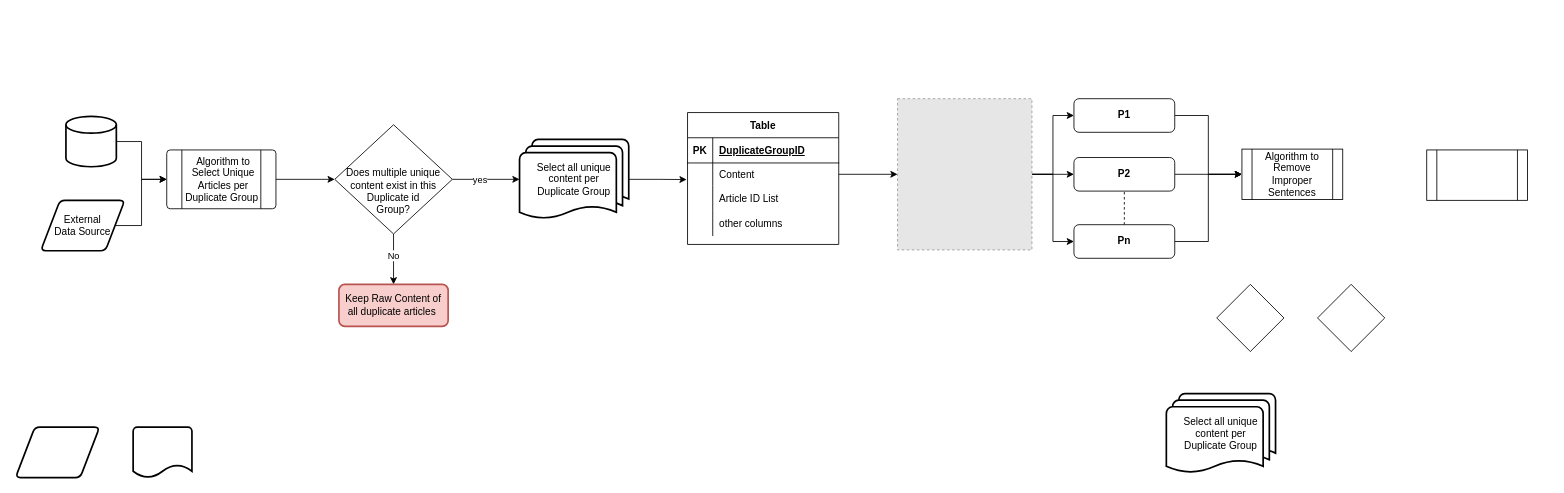
Earlier version of the draw.io diagram Article_Cleaning.drawio (travel-code-sleep/darw_io_diagrams). Source tidied: cells renumbered, new cells numbered last; positions are measured from the earlier drawing's top-left corner, leaving out a move shared by most shapes. Both pictures are drawn from the tidied source at 84%, with x=0, y=0 at pixel (15, 98). Pictures stored in the file or linked from it are replaced by grey dashed boxes.
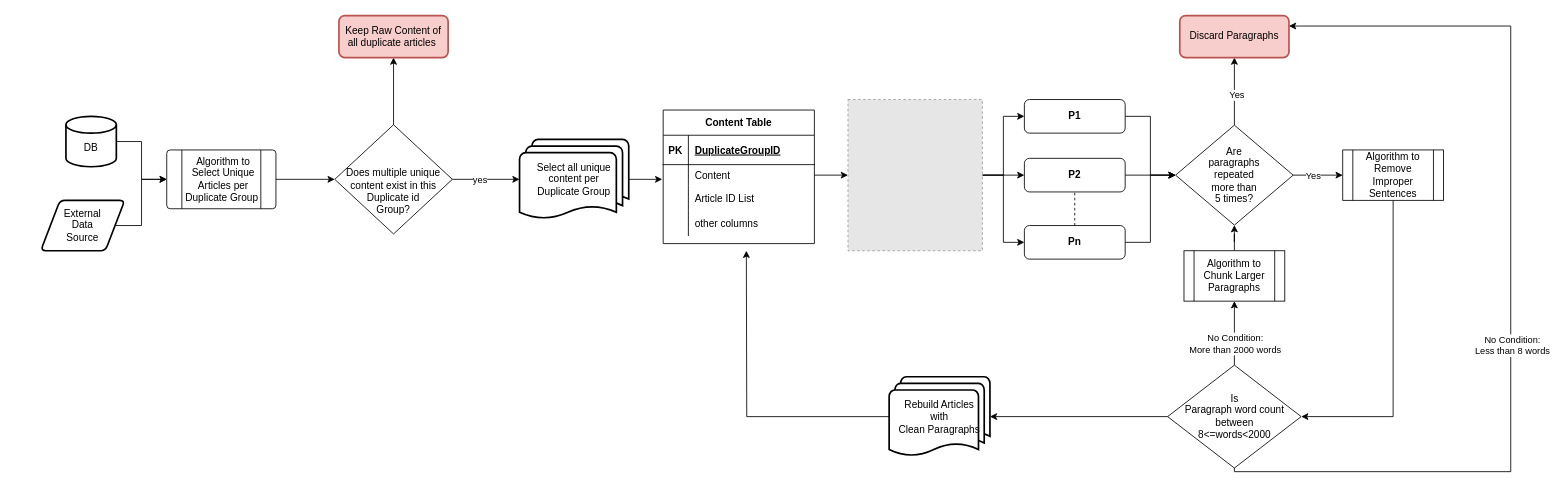
Above is the later version.

Unchanged cells that the change refers to:
```xml
<mxCell id="36" value="&lt;br&gt;&lt;br&gt;Does multiple unique content exist in this Duplicate id &lt;br&gt;Group?" style="rhombus;whiteSpace=wrap;html=1;" parent="1" vertex="1">
  <mxGeometry x="380" y="31" width="140" height="130" as="geometry" />
</mxCell>
```

Change to the diagram source:
```diff
@@
-    <mxCell id="3" style="strokeWidth=2;html=1;shape=mxgraph.flowchart.database;whiteSpace=wrap;" parent="1" vertex="1">
+    <mxCell id="3" value="&lt;br&gt;DB" style="strokeWidth=2;html=1;shape=mxgraph.flowchart.database;whiteSpace=wrap;" parent="1" vertex="1">
       <mxGeometry x="60" y="21" width="60" height="60" as="geometry" />
     </mxCell>
-    <mxCell id="4" value="Table" style="shape=table;startSize=30;childLayout=tableLayout;rowLines=0;fontStyle=1;align=center;" parent="1" vertex="1">
-      <mxGeometry x="800" y="16.5" width="180" height="157" as="geometry" />
+    <mxCell id="4" value="Content Table" style="shape=table;startSize=30;childLayout=tableLayout;rowLines=0;fontStyle=1;align=center;" parent="1" vertex="1">
+      <mxGeometry x="771" y="13.5" width="180" height="159" as="geometry" />
     </mxCell>
     <mxCell id="5" style="shape=tableRow;horizontal=0;startSize=0;swimlaneHead=0;swimlaneBody=0;fillColor=none;points=[[0,0.5],[1,0.5]];portConstraint=eastwest;top=0;left=0;right=0;bottom=1;" parent="4" vertex="1">
-      <mxGeometry y="30" width="180" height="30" as="geometry" />
+      <mxGeometry y="30" width="180" height="35" as="geometry" />
     </mxCell>
     <mxCell id="6" value="PK" style="shape=partialRectangle;fillColor=none;top=0;left=0;bottom=0;right=0;fontStyle=1;overflow=hidden;" parent="5" vertex="1">
-      <mxGeometry width="30" height="30" as="geometry" />
+      <mxGeometry width="30" height="35" as="geometry" />
     </mxCell>
     <mxCell id="7" value="DuplicateGroupID" style="shape=partialRectangle;fillColor=none;top=0;left=0;bottom=0;right=0;align=left;spacingLeft=6;fontStyle=5;overflow=hidden;" parent="5" vertex="1">
-      <mxGeometry x="30" width="150" height="30" as="geometry" />
+      <mxGeometry x="30" width="150" height="35" as="geometry" />
     </mxCell>
     <mxCell id="8" style="shape=tableRow;horizontal=0;startSize=0;swimlaneHead=0;swimlaneBody=0;fillColor=none;points=[[0,0.5],[1,0.5]];portConstraint=eastwest;top=0;left=0;right=0;bottom=0;" parent="4" vertex="1">
-      <mxGeometry y="60" width="180" height="27" as="geometry" />
+      <mxGeometry y="65" width="180" height="25" as="geometry" />
     </mxCell>
     <mxCell id="9" style="shape=partialRectangle;fillColor=none;top=0;left=0;bottom=0;right=0;overflow=hidden;" parent="8" vertex="1">
-      <mxGeometry width="30" height="27" as="geometry" />
+      <mxGeometry width="30" height="25" as="geometry" />
     </mxCell>
     <mxCell id="10" value="Content " style="shape=partialRectangle;fillColor=none;top=0;left=0;bottom=0;right=0;align=left;spacingLeft=6;overflow=hidden;" parent="8" vertex="1">
-      <mxGeometry x="30" width="150" height="27" as="geometry" />
+      <mxGeometry x="30" width="150" height="25" as="geometry" />
     </mxCell>
     <mxCell id="11" style="shape=tableRow;horizontal=0;startSize=0;swimlaneHead=0;swimlaneBody=0;fillColor=none;top=0;left=0;right=0;bottom=0;" parent="4" vertex="1">
-      <mxGeometry y="87" width="180" height="30" as="geometry" />
+      <mxGeometry y="90" width="180" height="30" as="geometry" />
     </mxCell>
@@
     <mxCell id="14" style="shape=tableRow;horizontal=0;startSize=0;swimlaneHead=0;swimlaneBody=0;fillColor=none;top=0;left=0;right=0;bottom=0;" parent="4" vertex="1">
-      <mxGeometry y="117" width="180" height="30" as="geometry" />
+      <mxGeometry y="120" width="180" height="30" as="geometry" />
     </mxCell>
@@
     <mxCell id="21" style="fillColor=#E6E6E6;strokeColor=#999999;dashed=1;verticalLabelPosition=bottom;labelBackgroundColor=#ffffff;verticalAlign=top;fontStyle=1;" parent="1" vertex="1">
-      <mxGeometry x="1050" width="160" height="180" as="geometry" />
+      <mxGeometry x="991" y="1" width="160" height="180" as="geometry" />
     </mxCell>
-    <mxCell id="22" style="edgeStyle=orthogonalEdgeStyle;rounded=0;jettySize=auto;html=1;exitX=1;exitY=0.5;exitDx=0;exitDy=0;entryX=0;entryY=0.5;entryDx=0;entryDy=0;" parent="1" edge="1" source="23" target="47">
-      <mxGeometry relative="1" as="geometry" />
-    </mxCell>
+    <mxCell id="50" style="edgeStyle=orthogonalEdgeStyle;rounded=0;jettySize=auto;html=1;exitX=1;exitY=0.5;exitDx=0;exitDy=0;entryX=0;entryY=0.5;entryDx=0;entryDy=0;" parent="1" edge="1" source="23" target="44">
+      <mxGeometry relative="1" as="geometry" />
+    </mxCell>
     <mxCell id="23" value="P1" style="rounded=1;whiteSpace=wrap;html=1;fontStyle=1;" parent="1" vertex="1">
-      <mxGeometry x="1260" width="120" height="40" as="geometry" />
+      <mxGeometry x="1201" y="1" width="120" height="40" as="geometry" />
     </mxCell>
-    <mxCell id="24" style="edgeStyle=orthogonalEdgeStyle;rounded=0;jettySize=auto;html=1;exitX=1;exitY=0.5;exitDx=0;exitDy=0;entryX=0;entryY=0.5;entryDx=0;entryDy=0;" parent="1" edge="1" source="25" target="47">
+    <mxCell id="24" style="edgeStyle=orthogonalEdgeStyle;rounded=0;jettySize=auto;html=1;exitX=1;exitY=0.5;exitDx=0;exitDy=0;entryX=0;entryY=0.5;entryDx=0;entryDy=0;" parent="1" edge="1" source="25" target="44">
       <mxGeometry relative="1" as="geometry" />
     </mxCell>
     <mxCell id="25" value="P2" style="rounded=1;whiteSpace=wrap;html=1;fontStyle=1;" parent="1" vertex="1">
-      <mxGeometry x="1260" y="70" width="120" height="40" as="geometry" />
+      <mxGeometry x="1201" y="71" width="120" height="40" as="geometry" />
     </mxCell>
@@
-    <mxCell id="27" style="edgeStyle=orthogonalEdgeStyle;rounded=0;jettySize=auto;html=1;exitX=1;exitY=0.5;exitDx=0;exitDy=0;entryX=0;entryY=0.5;entryDx=0;entryDy=0;" parent="1" edge="1" source="28" target="47">
-      <mxGeometry relative="1" as="geometry" />
-    </mxCell>
+    <mxCell id="51" style="edgeStyle=orthogonalEdgeStyle;rounded=0;jettySize=auto;html=1;exitX=1;exitY=0.5;exitDx=0;exitDy=0;entryX=0;entryY=0.5;entryDx=0;entryDy=0;" parent="1" edge="1" source="28" target="44">
+      <mxGeometry relative="1" as="geometry" />
+    </mxCell>
     <mxCell id="28" value="Pn" style="rounded=1;whiteSpace=wrap;html=1;fontStyle=1;" parent="1" vertex="1">
-      <mxGeometry x="1260" y="150" width="120" height="40" as="geometry" />
+      <mxGeometry x="1201" y="151" width="120" height="40" as="geometry" />
     </mxCell>
@@
-    <mxCell id="34" style="edgeStyle=orthogonalEdgeStyle;rounded=0;jettySize=auto;html=1;exitX=0.5;exitY=1;exitDx=0;exitDy=0;endArrow=classic;endFill=1;entryX=0.5;entryY=0;entryDx=0;entryDy=0;" parent="1" edge="1" source="36" target="37">
+    <mxCell id="34" style="edgeStyle=orthogonalEdgeStyle;rounded=0;jettySize=auto;html=1;exitX=0.5;exitY=0;exitDx=0;exitDy=0;entryX=0.5;entryY=1;entryDx=0;entryDy=0;" parent="1" edge="1" source="36" target="37">
       <mxGeometry relative="1" as="geometry" />
     </mxCell>
-    <mxCell id="35" value="No" style="edgeLabel;html=1;align=center;verticalAlign=middle;" parent="34" vertex="1">
-      <mxGeometry x="-0.16" y="-1" relative="1" as="geometry" />
-    </mxCell>
@@
     <mxCell id="37" value="Keep Raw Content of all duplicate articles&amp;nbsp;" style="rounded=1;whiteSpace=wrap;html=1;absoluteArcSize=1;arcSize=14;strokeWidth=2;fillColor=#f8cecc;strokeColor=#b85450;" parent="1" vertex="1">
-      <mxGeometry x="385" y="221" width="130" height="50" as="geometry" />
+      <mxGeometry x="385" y="-99" width="130" height="50" as="geometry" />
     </mxCell>
-    <mxCell id="38" style="shape=parallelogram;html=1;strokeWidth=2;perimeter=parallelogramPerimeter;whiteSpace=wrap;rounded=1;arcSize=12;size=0.23;" parent="1" vertex="1">
-      <mxGeometry y="391" width="100" height="60" as="geometry" />
-    </mxCell>
-    <mxCell id="39" style="strokeWidth=2;html=1;shape=mxgraph.flowchart.document2;whiteSpace=wrap;size=0.25;" parent="1" vertex="1">
-      <mxGeometry x="140" y="391" width="70" height="60" as="geometry" />
-    </mxCell>
@@
-    <mxCell id="43" value="&lt;span style=&quot;&quot;&gt;External&lt;/span&gt;&lt;br style=&quot;&quot;&gt;&lt;span style=&quot;&quot;&gt;Data Source&lt;/span&gt;" style="shape=parallelogram;html=1;strokeWidth=2;perimeter=parallelogramPerimeter;whiteSpace=wrap;rounded=1;arcSize=12;size=0.23;" parent="1" vertex="1">
+    <mxCell id="43" value="&lt;span style=&quot;&quot;&gt;External&lt;/span&gt;&lt;br style=&quot;&quot;&gt;&lt;span style=&quot;&quot;&gt;Data &lt;br&gt;Source&lt;/span&gt;" style="shape=parallelogram;html=1;strokeWidth=2;perimeter=parallelogramPerimeter;whiteSpace=wrap;rounded=1;arcSize=12;size=0.23;" parent="1" vertex="1">
       <mxGeometry x="30" y="121" width="100" height="60" as="geometry" />
     </mxCell>
+    <mxCell id="52" style="edgeStyle=orthogonalEdgeStyle;rounded=0;jettySize=auto;html=1;exitX=0.5;exitY=0;exitDx=0;exitDy=0;entryX=0.5;entryY=1;entryDx=0;entryDy=0;" parent="1" edge="1" source="44" target="64">
+      <mxGeometry relative="1" as="geometry" />
+    </mxCell>
+    <mxCell id="53" value="Yes" style="edgeLabel;html=1;align=center;verticalAlign=middle;" parent="52" vertex="1">
+      <mxGeometry x="-0.07" y="-2" relative="1" as="geometry">
+        <mxPoint y="1" as="offset" />
+      </mxGeometry>
+    </mxCell>
+    <mxCell id="54" style="edgeStyle=orthogonalEdgeStyle;rounded=0;jettySize=auto;html=1;exitX=1;exitY=0.5;exitDx=0;exitDy=0;entryX=0;entryY=0.5;entryDx=0;entryDy=0;" parent="1" edge="1" source="44" target="47">
+      <mxGeometry relative="1" as="geometry" />
+    </mxCell>
+    <mxCell id="55" value="Yes" style="edgeLabel;html=1;align=center;verticalAlign=middle;" parent="54" vertex="1">
+      <mxGeometry x="-0.22" y="-2" relative="1" as="geometry">
+        <mxPoint y="-2" as="offset" />
+      </mxGeometry>
+    </mxCell>
-    <mxCell id="44" style="rhombus;whiteSpace=wrap;html=1;" parent="1" vertex="1">
-      <mxGeometry x="1430" y="221" width="80" height="80" as="geometry" />
+    <mxCell id="44" value="Are &lt;br&gt;paragraphs &lt;br&gt;repeated &lt;br&gt;more than &lt;br&gt;5 times?" style="rhombus;whiteSpace=wrap;html=1;" parent="1" vertex="1">
+      <mxGeometry x="1381" y="31.5" width="140" height="119" as="geometry" />
     </mxCell>
+    <mxCell id="56" style="edgeStyle=orthogonalEdgeStyle;rounded=0;jettySize=auto;html=1;exitX=0.5;exitY=1;exitDx=0;exitDy=0;entryX=1;entryY=0.25;entryDx=0;entryDy=0;" parent="1" edge="1" source="45" target="64">
+      <mxGeometry relative="1" as="geometry">
+        <Array as="points">
+          <mxPoint x="1451" y="444" />
+          <mxPoint x="1780" y="444" />
+          <mxPoint x="1780" y="-86" />
+        </Array>
+      </mxGeometry>
+    </mxCell>
+    <mxCell id="57" value="No Condition:&lt;br&gt;Less than 8 words" style="edgeLabel;html=1;align=center;verticalAlign=middle;" parent="56" vertex="1">
+      <mxGeometry x="-0.14" y="-1" relative="1" as="geometry">
+        <mxPoint y="1" as="offset" />
+      </mxGeometry>
+    </mxCell>
+    <mxCell id="58" style="edgeStyle=orthogonalEdgeStyle;rounded=0;jettySize=auto;html=1;exitX=0.5;exitY=0;exitDx=0;exitDy=0;entryX=0.5;entryY=1;entryDx=0;entryDy=0;" parent="1" edge="1" source="45" target="46">
+      <mxGeometry relative="1" as="geometry" />
+    </mxCell>
+    <mxCell id="59" value="No Condition:&lt;br&gt;More than 2000 words" style="edgeLabel;html=1;align=center;verticalAlign=middle;" parent="58" vertex="1">
+      <mxGeometry y="-1" relative="1" as="geometry">
+        <mxPoint x="-1" y="12" as="offset" />
+      </mxGeometry>
+    </mxCell>
+    <mxCell id="60" style="edgeStyle=orthogonalEdgeStyle;rounded=0;jettySize=auto;html=1;exitX=0;exitY=0.5;exitDx=0;exitDy=0;" parent="1" edge="1" source="45" target="48">
+      <mxGeometry relative="1" as="geometry" />
+    </mxCell>
-    <mxCell id="45" style="rhombus;whiteSpace=wrap;html=1;" parent="1" vertex="1">
-      <mxGeometry x="1550" y="221" width="80" height="80" as="geometry" />
+    <mxCell id="45" value="Is&lt;br&gt;Paragraph word count&lt;br&gt;between&lt;br&gt;8&amp;lt;=words&amp;lt;2000" style="rhombus;whiteSpace=wrap;html=1;" parent="1" vertex="1">
+      <mxGeometry x="1371.5" y="317.2" width="159" height="122.5" as="geometry" />
     </mxCell>
+    <mxCell id="61" style="edgeStyle=orthogonalEdgeStyle;rounded=0;jettySize=auto;html=1;exitX=0.5;exitY=0;exitDx=0;exitDy=0;" parent="1" edge="1" source="46" target="44">
+      <mxGeometry relative="1" as="geometry" />
+    </mxCell>
-    <mxCell id="46" style="shape=process;whiteSpace=wrap;html=1;backgroundOutline=1;" parent="1" vertex="1">
-      <mxGeometry x="1680" y="61" width="120" height="60" as="geometry" />
+    <mxCell id="46" value="Algorithm to Chunk Larger Paragraphs" style="shape=process;whiteSpace=wrap;html=1;backgroundOutline=1;" parent="1" vertex="1">
+      <mxGeometry x="1391" y="181" width="120" height="60" as="geometry" />
     </mxCell>
-    <mxCell id="47" value="Algorithm to Remove Improper Sentences" style="shape=process;whiteSpace=wrap;html=1;backgroundOutline=1;" parent="1" vertex="1">
-      <mxGeometry x="1460" y="60" width="120" height="60" as="geometry" />
-    </mxCell>
+    <mxCell id="62" style="edgeStyle=orthogonalEdgeStyle;rounded=0;jettySize=auto;html=1;exitX=0;exitY=0.5;exitDx=0;exitDy=0;exitPerimeter=0;" parent="1" edge="1" source="48">
+      <mxGeometry relative="1" as="geometry">
+        <mxPoint x="870" y="181" as="targetPoint" />
+      </mxGeometry>
+    </mxCell>
-    <mxCell id="48" value="Select all unique content per &lt;br&gt;Duplicate Group" style="strokeWidth=2;html=1;shape=mxgraph.flowchart.multi-document;whiteSpace=wrap;" parent="1" vertex="1">
-      <mxGeometry x="1370" y="351" width="130" height="95" as="geometry" />
+    <mxCell id="48" value="Rebuild Articles &lt;br&gt;with&lt;br&gt;Clean Paragraphs" style="strokeWidth=2;html=1;shape=mxgraph.flowchart.multi-document;whiteSpace=wrap;" parent="1" vertex="1">
+      <mxGeometry x="1040" y="331" width="120" height="95" as="geometry" />
     </mxCell>
@@
+    <mxCell id="63" style="edgeStyle=orthogonalEdgeStyle;rounded=0;jettySize=auto;html=1;exitX=0.5;exitY=1;exitDx=0;exitDy=0;entryX=1;entryY=0.5;entryDx=0;entryDy=0;" parent="1" edge="1" source="47" target="45">
+      <mxGeometry relative="1" as="geometry" />
+    </mxCell>
+    <mxCell id="47" value="Algorithm to Remove Improper Sentences" style="shape=process;whiteSpace=wrap;html=1;backgroundOutline=1;" parent="1" vertex="1">
+      <mxGeometry x="1580" y="61" width="120" height="60" as="geometry" />
+    </mxCell>
+    <mxCell id="64" value="Discard Paragraphs" style="rounded=1;whiteSpace=wrap;html=1;absoluteArcSize=1;arcSize=14;strokeWidth=2;fillColor=#f8cecc;strokeColor=#b85450;" parent="1" vertex="1">
+      <mxGeometry x="1386" y="-99" width="130" height="50" as="geometry" />
+    </mxCell>
```
